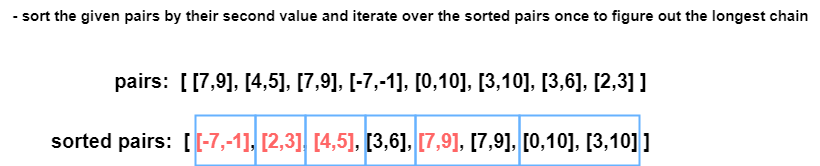
Above: Python3/img/MaximumLengthPairChain.png in ashiven/leetcode-solutions (draw.io), before the change. Source tidied: cells renumbered, new cells last; positions are measured from the earlier drawing's top-left corner, leaving out a move shared by most shapes.
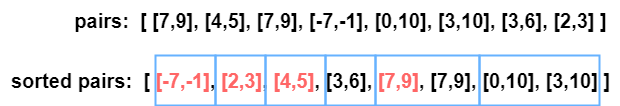
The same diagram one commit later.

What changed in the source:
```diff
@@ -8,9 +8,6 @@
     <mxCell id="3" value="pairs:&amp;nbsp; [ [7,9], [4,5], [7,9], [-7,-1], [0,10], [3,10], [3,6], [2,3] ]" style="text;html=1;align=center;verticalAlign=middle;strokeColor=none;fillColor=none;fontSize=20;fontStyle=1;" parent="1" vertex="1">
       <mxGeometry x="100" y="60" width="560" height="40" as="geometry" />
     </mxCell>
-    <mxCell id="4" value="- sort the given pairs by their second value and iterate over the sorted pairs once to figure out the longest chain" style="text;html=1;align=center;verticalAlign=middle;strokeColor=none;fillColor=none;fontSize=15;fontStyle=1;" parent="1" vertex="1">
-      <mxGeometry width="820" height="30" as="geometry" />
-    </mxCell>
     <mxCell id="5" style="rounded=0;whiteSpace=wrap;html=1;fillColor=none;strokeColor=#66B2FF;strokeWidth=2;" parent="1" vertex="1">
       <mxGeometry x="519" y="115" width="120" height="50" as="geometry" />
     </mxCell>
```
